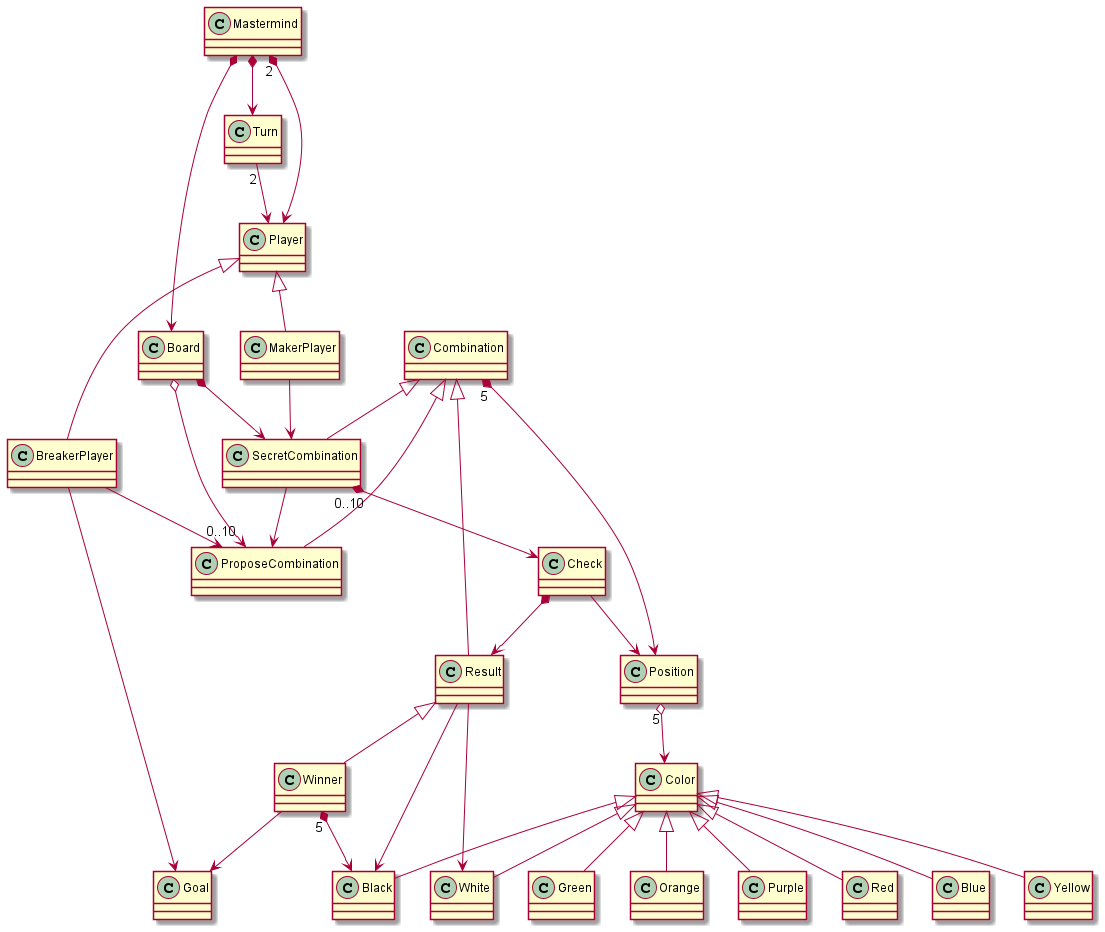
Earlier version of the PlantUML export out/domain_model_mastermind/Mastermind Domain Model.png (Master-Desarrollo-20-21/ejercicio-2-modelo-de-dominio-mastermind-japc78).
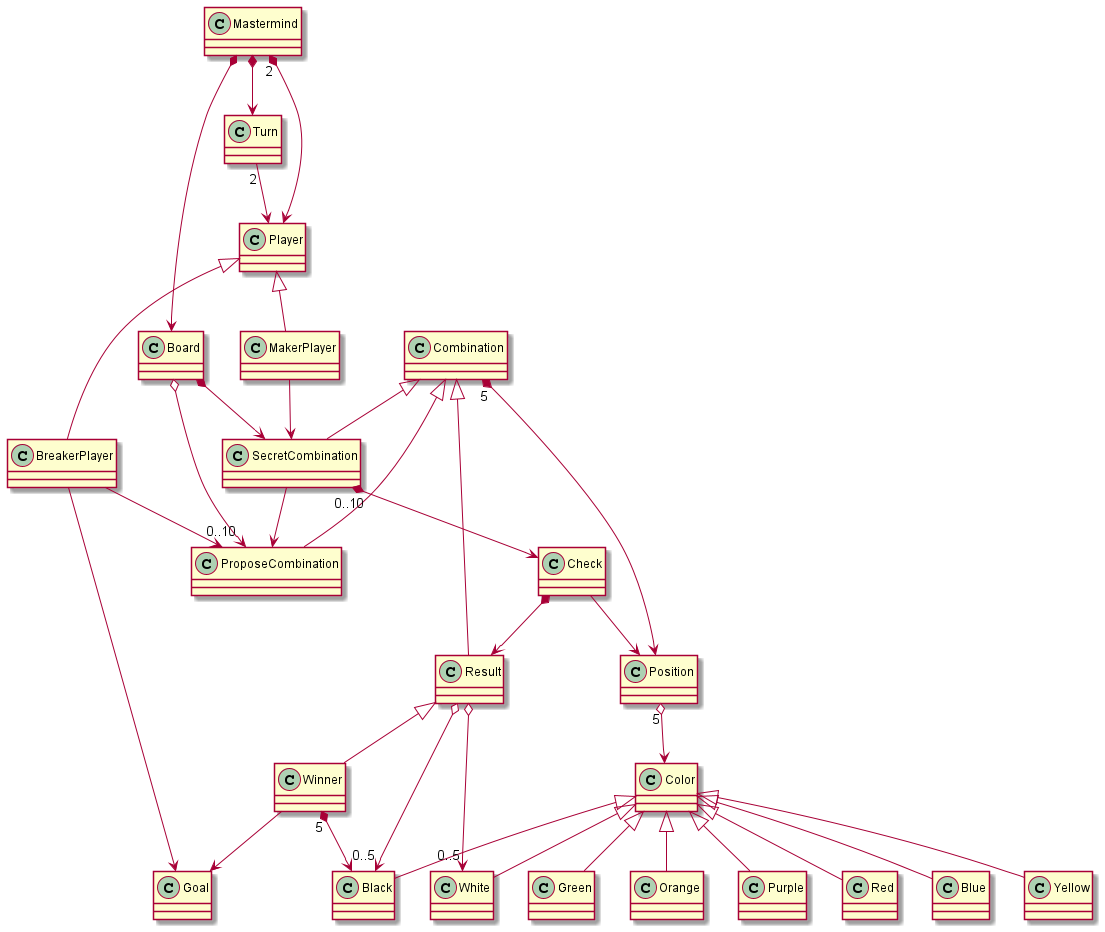
Later version of the same file.

Commit message:
Update black and white with Result

The edit, as a diff of the source:
```diff
@@ -67,8 +67,8 @@
 	Check --> Position
 
 	Result <|-- Winner
-	Result --> White
-	Result --> Black
+	Result  o--> "0..5" White
+	Result  o--> "0..5" Black
 
 	Winner --> Goal
 	Winner "5" *--> Black
```
